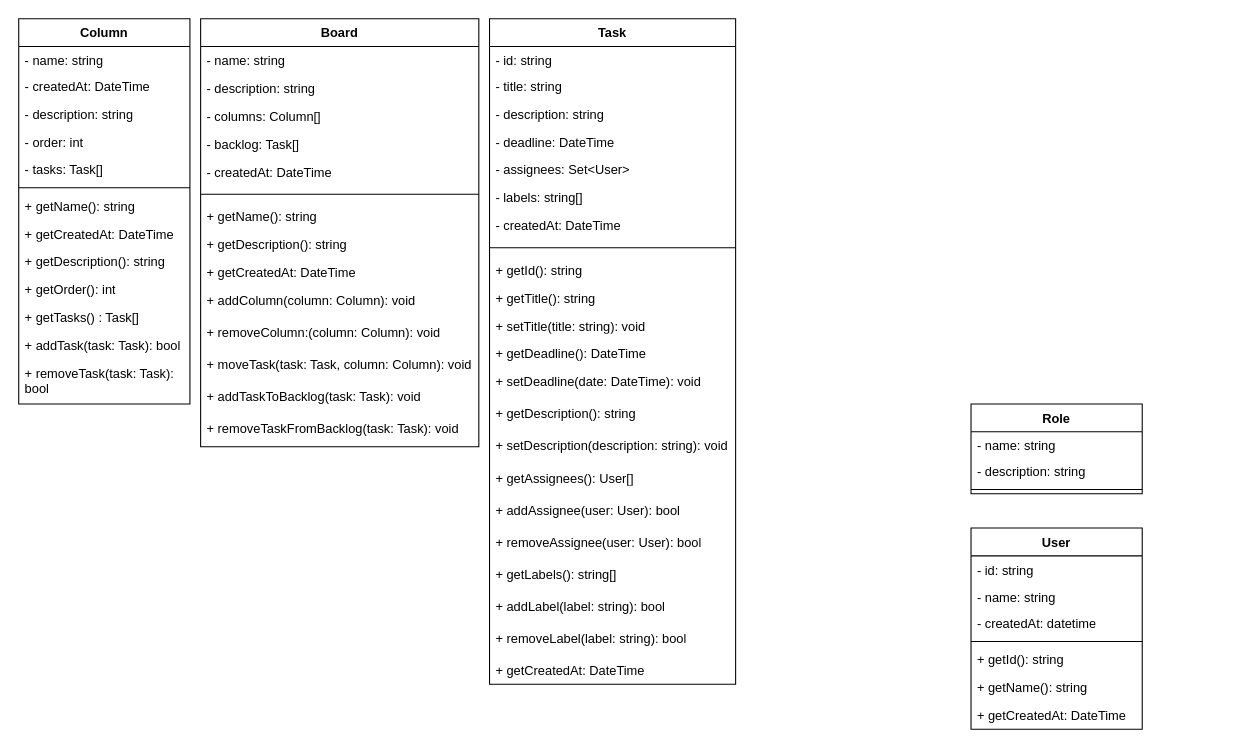
talis-fb/kancpp_atv_boas_praticas keeps this draw.io diagram as docs/Kancpp.drawio. Above is the earlier version. Source tidied: cells renumbered, new cells numbered last; positions are measured from the earlier drawing's top-left corner, leaving out a move shared by most shapes. Both pictures are drawn from the tidied source at 107%, with x=0, y=0 at pixel (18, 18).
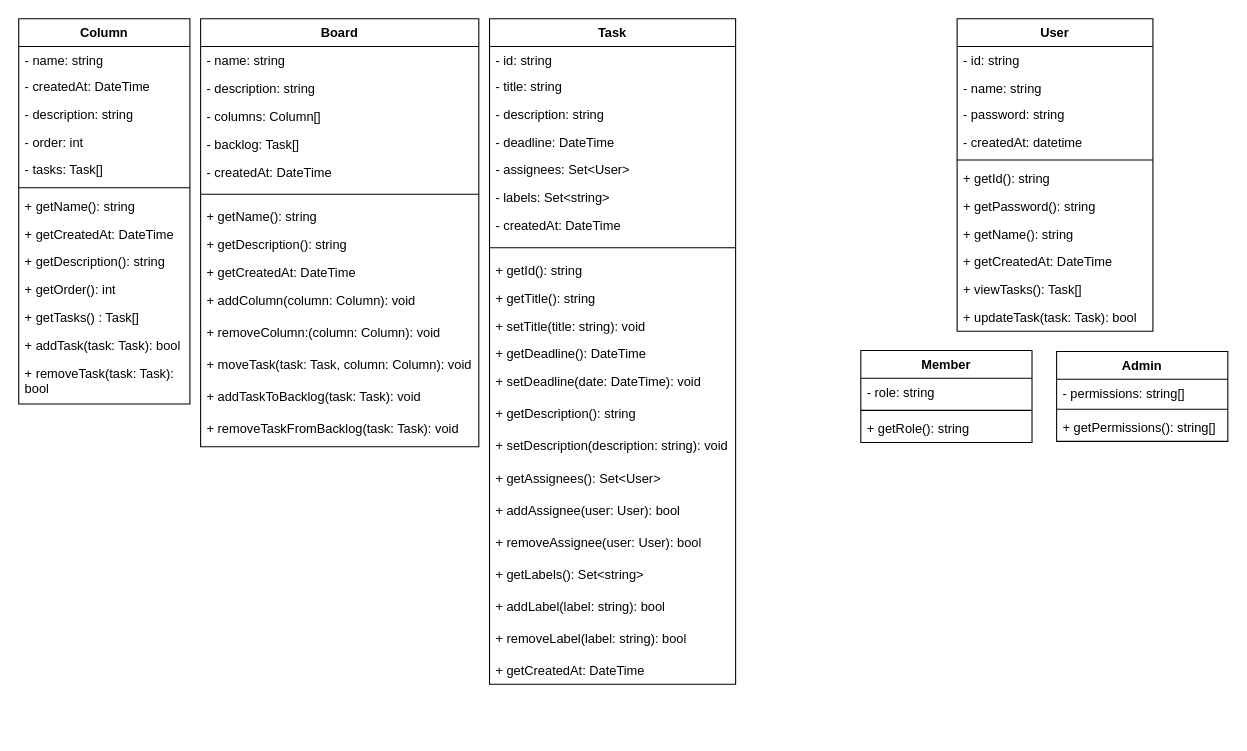
Above is the later version.

Commit message:
feat: add user diagrams

The change refers to these unchanged cells:
```xml
<mxCell id="16" value="Task" style="swimlane;fontStyle=1;align=center;verticalAlign=top;horizontal=1;startSize=26;whiteSpace=wrap;html=1;" parent="1" vertex="1">
  <mxGeometry x="440" width="230" height="622" as="geometry" />
</mxCell>
```

Diff of the diagram source:
```diff
@@
-    <mxCell id="22" value="- labels: string[]" style="text;strokeColor=none;fillColor=none;align=left;verticalAlign=top;spacingLeft=4;spacingRight=4;overflow=hidden;whiteSpace=wrap;html=1;" parent="16" vertex="1">
+    <mxCell id="22" value="- labels: Set&amp;lt;string&amp;gt;" style="text;strokeColor=none;fillColor=none;align=left;verticalAlign=top;spacingLeft=4;spacingRight=4;overflow=hidden;whiteSpace=wrap;html=1;" parent="16" vertex="1">
       <mxGeometry y="154" width="230" height="26" as="geometry" />
     </mxCell>
@@
-    <mxCell id="32" value="+ getAssignees(): User[]" style="text;strokeColor=none;fillColor=none;align=left;verticalAlign=top;spacingLeft=4;spacingRight=4;overflow=hidden;whiteSpace=wrap;html=1;" parent="16" vertex="1">
+    <mxCell id="32" value="+ getAssignees(): Set&amp;lt;User&amp;gt;" style="text;strokeColor=none;fillColor=none;align=left;verticalAlign=top;spacingLeft=4;spacingRight=4;overflow=hidden;whiteSpace=wrap;html=1;" parent="16" vertex="1">
       <mxGeometry y="416" width="230" height="30" as="geometry" />
     </mxCell>
@@
-    <mxCell id="35" value="+ getLabels(): string[]" style="text;strokeColor=none;fillColor=none;align=left;verticalAlign=top;spacingLeft=4;spacingRight=4;overflow=hidden;whiteSpace=wrap;html=1;" parent="16" vertex="1">
+    <mxCell id="35" value="+ getLabels(): Set&amp;lt;string&amp;gt;" style="text;strokeColor=none;fillColor=none;align=left;verticalAlign=top;spacingLeft=4;spacingRight=4;overflow=hidden;whiteSpace=wrap;html=1;" parent="16" vertex="1">
       <mxGeometry y="506" width="230" height="30" as="geometry" />
     </mxCell>
@@
     <mxCell id="54" value="User" style="swimlane;fontStyle=1;align=center;verticalAlign=top;horizontal=1;startSize=26;whiteSpace=wrap;html=1;" parent="1" vertex="1">
-      <mxGeometry x="890" y="476" width="160" height="188" as="geometry" />
+      <mxGeometry x="877" width="183" height="292" as="geometry" />
     </mxCell>
     <mxCell id="55" value="- id: string" style="text;strokeColor=none;fillColor=none;align=left;verticalAlign=top;spacingLeft=4;spacingRight=4;overflow=hidden;whiteSpace=wrap;html=1;" parent="54" vertex="1">
-      <mxGeometry y="26" width="160" height="26" as="geometry" />
+      <mxGeometry y="26" width="183" height="26" as="geometry" />
     </mxCell>
     <mxCell id="56" value="- name: string&lt;br&gt;" style="text;strokeColor=none;fillColor=none;align=left;verticalAlign=top;spacingLeft=4;spacingRight=4;overflow=hidden;whiteSpace=wrap;html=1;" parent="54" vertex="1">
-      <mxGeometry y="52" width="160" height="24" as="geometry" />
+      <mxGeometry y="52" width="183" height="24" as="geometry" />
     </mxCell>
+    <mxCell id="66" value="- password: string" style="text;strokeColor=none;fillColor=none;align=left;verticalAlign=top;spacingLeft=4;spacingRight=4;overflow=hidden;whiteSpace=wrap;html=1;" parent="54" vertex="1">
+      <mxGeometry y="76" width="183" height="26" as="geometry" />
+    </mxCell>
     <mxCell id="57" value="- createdAt: datetime" style="text;strokeColor=none;fillColor=none;align=left;verticalAlign=top;spacingLeft=4;spacingRight=4;overflow=hidden;whiteSpace=wrap;html=1;" parent="54" vertex="1">
-      <mxGeometry y="76" width="160" height="26" as="geometry" />
+      <mxGeometry y="102" width="183" height="26" as="geometry" />
     </mxCell>
     <mxCell id="58" style="line;strokeWidth=1;fillColor=none;align=left;verticalAlign=middle;spacingTop=-1;spacingLeft=3;spacingRight=3;labelPosition=right;strokeColor=inherit;" parent="54" vertex="1">
-      <mxGeometry y="102" width="160" height="8" as="geometry" />
+      <mxGeometry y="128" width="183" height="8" as="geometry" />
     </mxCell>
     <mxCell id="59" value="+ getId(): string" style="text;strokeColor=none;fillColor=none;align=left;verticalAlign=top;spacingLeft=4;spacingRight=4;overflow=hidden;whiteSpace=wrap;html=1;" parent="54" vertex="1">
-      <mxGeometry y="110" width="160" height="26" as="geometry" />
+      <mxGeometry y="136" width="183" height="26" as="geometry" />
     </mxCell>
+    <mxCell id="67" value="+ getPassword(): string" style="text;strokeColor=none;fillColor=none;align=left;verticalAlign=top;spacingLeft=4;spacingRight=4;overflow=hidden;whiteSpace=wrap;html=1;" parent="54" vertex="1">
+      <mxGeometry y="162" width="183" height="26" as="geometry" />
+    </mxCell>
     <mxCell id="60" value="+ getName(): string" style="text;strokeColor=none;fillColor=none;align=left;verticalAlign=top;spacingLeft=4;spacingRight=4;overflow=hidden;whiteSpace=wrap;html=1;" parent="54" vertex="1">
-      <mxGeometry y="136" width="160" height="26" as="geometry" />
+      <mxGeometry y="188" width="183" height="26" as="geometry" />
     </mxCell>
     <mxCell id="61" value="+ getCreatedAt: DateTime&lt;br&gt;" style="text;strokeColor=none;fillColor=none;align=left;verticalAlign=top;spacingLeft=4;spacingRight=4;overflow=hidden;whiteSpace=wrap;html=1;" parent="54" vertex="1">
-      <mxGeometry y="162" width="160" height="26" as="geometry" />
+      <mxGeometry y="214" width="183" height="26" as="geometry" />
     </mxCell>
-    <mxCell id="62" value="Role" style="swimlane;fontStyle=1;align=center;verticalAlign=top;horizontal=1;startSize=26;whiteSpace=wrap;html=1;" parent="1" vertex="1">
-      <mxGeometry x="890" y="360" width="160" height="84" as="geometry" />
-    </mxCell>
-    <mxCell id="63" value="- name: string&lt;br&gt;" style="text;strokeColor=none;fillColor=none;align=left;verticalAlign=top;spacingLeft=4;spacingRight=4;overflow=hidden;whiteSpace=wrap;html=1;" parent="62" vertex="1">
-      <mxGeometry y="26" width="160" height="24" as="geometry" />
-    </mxCell>
-    <mxCell id="64" value="- description: string" style="text;strokeColor=none;fillColor=none;align=left;verticalAlign=top;spacingLeft=4;spacingRight=4;overflow=hidden;whiteSpace=wrap;html=1;" parent="62" vertex="1">
-      <mxGeometry y="50" width="160" height="26" as="geometry" />
-    </mxCell>
-    <mxCell id="65" style="line;strokeWidth=1;fillColor=none;align=left;verticalAlign=middle;spacingTop=-1;spacingLeft=3;spacingRight=3;labelPosition=right;strokeColor=inherit;" parent="62" vertex="1">
-      <mxGeometry y="76" width="160" height="8" as="geometry" />
-    </mxCell>
+    <mxCell id="68" value="+ viewTasks(): Task[]" style="text;strokeColor=none;fillColor=none;align=left;verticalAlign=top;spacingLeft=4;spacingRight=4;overflow=hidden;whiteSpace=wrap;html=1;" parent="54" vertex="1">
+      <mxGeometry y="240" width="183" height="26" as="geometry" />
+    </mxCell>
+    <mxCell id="69" value="+ updateTask(task: Task): bool" style="text;strokeColor=none;fillColor=none;align=left;verticalAlign=top;spacingLeft=4;spacingRight=4;overflow=hidden;whiteSpace=wrap;html=1;" parent="54" vertex="1">
+      <mxGeometry y="266" width="183" height="26" as="geometry" />
+    </mxCell>
+    <mxCell id="70" value="Member" style="swimlane;fontStyle=1;align=center;verticalAlign=top;horizontal=1;startSize=26;whiteSpace=wrap;html=1;" parent="1" vertex="1">
+      <mxGeometry x="787" y="310" width="160" height="86" as="geometry" />
+    </mxCell>
+    <mxCell id="71" value="- role: string" style="text;strokeColor=none;fillColor=none;align=left;verticalAlign=top;spacingLeft=4;spacingRight=4;overflow=hidden;whiteSpace=wrap;html=1;" parent="70" vertex="1">
+      <mxGeometry y="26" width="160" height="26" as="geometry" />
+    </mxCell>
+    <mxCell id="72" style="line;strokeWidth=1;fillColor=none;align=left;verticalAlign=middle;spacingTop=-1;spacingLeft=3;spacingRight=3;labelPosition=right;strokeColor=inherit;" parent="70" vertex="1">
+      <mxGeometry y="52" width="160" height="8" as="geometry" />
+    </mxCell>
+    <mxCell id="73" value="+ getRole(): string" style="text;strokeColor=none;fillColor=none;align=left;verticalAlign=top;spacingLeft=4;spacingRight=4;overflow=hidden;whiteSpace=wrap;html=1;" parent="70" vertex="1">
+      <mxGeometry y="60" width="160" height="26" as="geometry" />
+    </mxCell>
+    <mxCell id="74" value="Admin" style="swimlane;fontStyle=1;align=center;verticalAlign=top;horizontal=1;startSize=26;whiteSpace=wrap;html=1;" parent="1" vertex="1">
+      <mxGeometry x="970" y="311" width="160" height="84" as="geometry" />
+    </mxCell>
+    <mxCell id="75" value="- permissions: string[]" style="text;strokeColor=none;fillColor=none;align=left;verticalAlign=top;spacingLeft=4;spacingRight=4;overflow=hidden;whiteSpace=wrap;html=1;" parent="74" vertex="1">
+      <mxGeometry y="26" width="160" height="24" as="geometry" />
+    </mxCell>
+    <mxCell id="76" style="line;strokeWidth=1;fillColor=none;align=left;verticalAlign=middle;spacingTop=-1;spacingLeft=3;spacingRight=3;labelPosition=right;strokeColor=inherit;" parent="74" vertex="1">
+      <mxGeometry y="50" width="160" height="8" as="geometry" />
+    </mxCell>
+    <mxCell id="77" value="+ getPermissions(): string[]" style="text;strokeColor=none;fillColor=none;align=left;verticalAlign=top;spacingLeft=4;spacingRight=4;overflow=hidden;whiteSpace=wrap;html=1;" parent="74" vertex="1">
+      <mxGeometry y="58" width="160" height="26" as="geometry" />
+    </mxCell>
```
